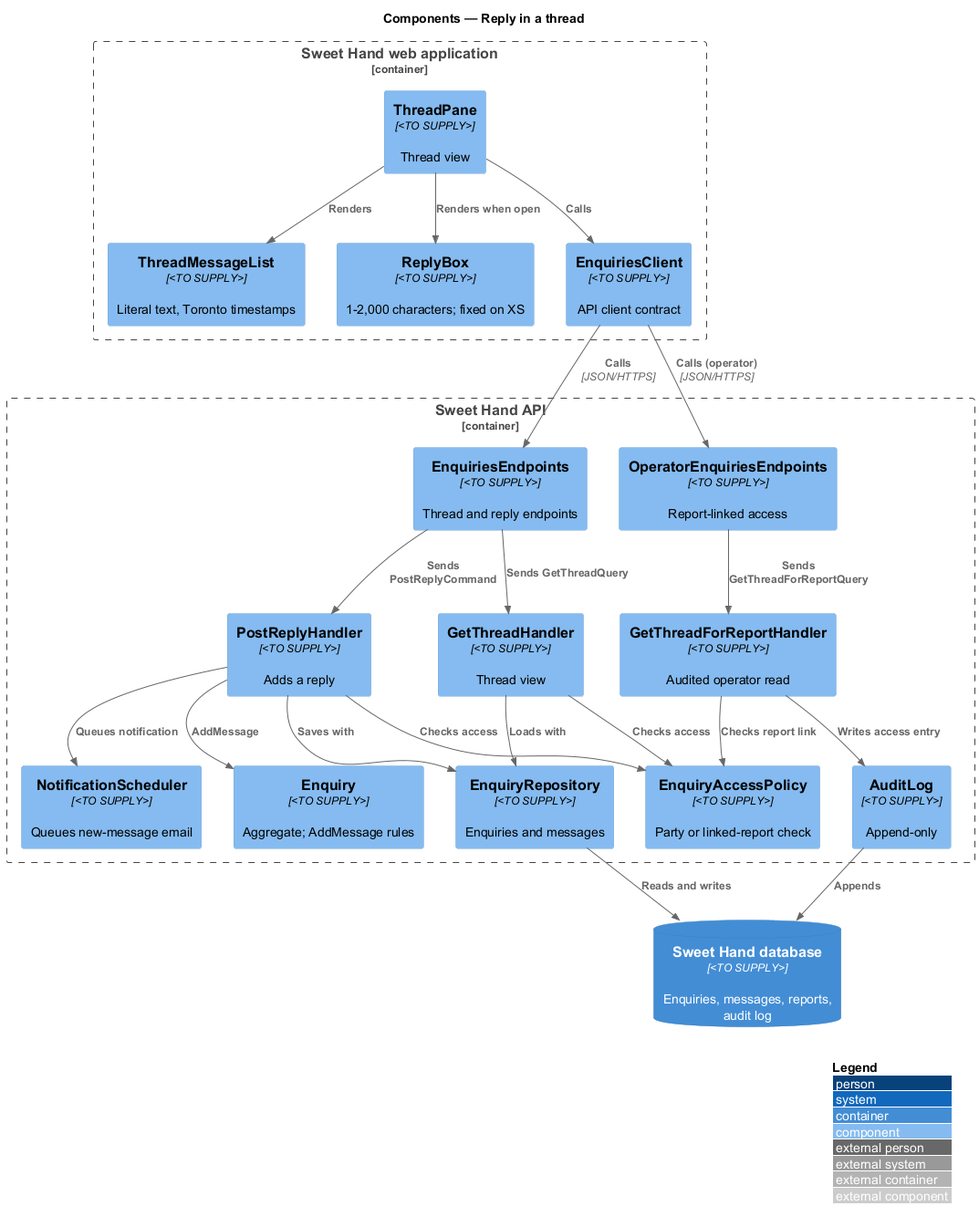
This is docs/detailed-designs/enquiries/reply-in-thread/diagrams/c4-component.png from QuinntyneBrown/sweet-hand, a PlantUML export, as it was before one commit.
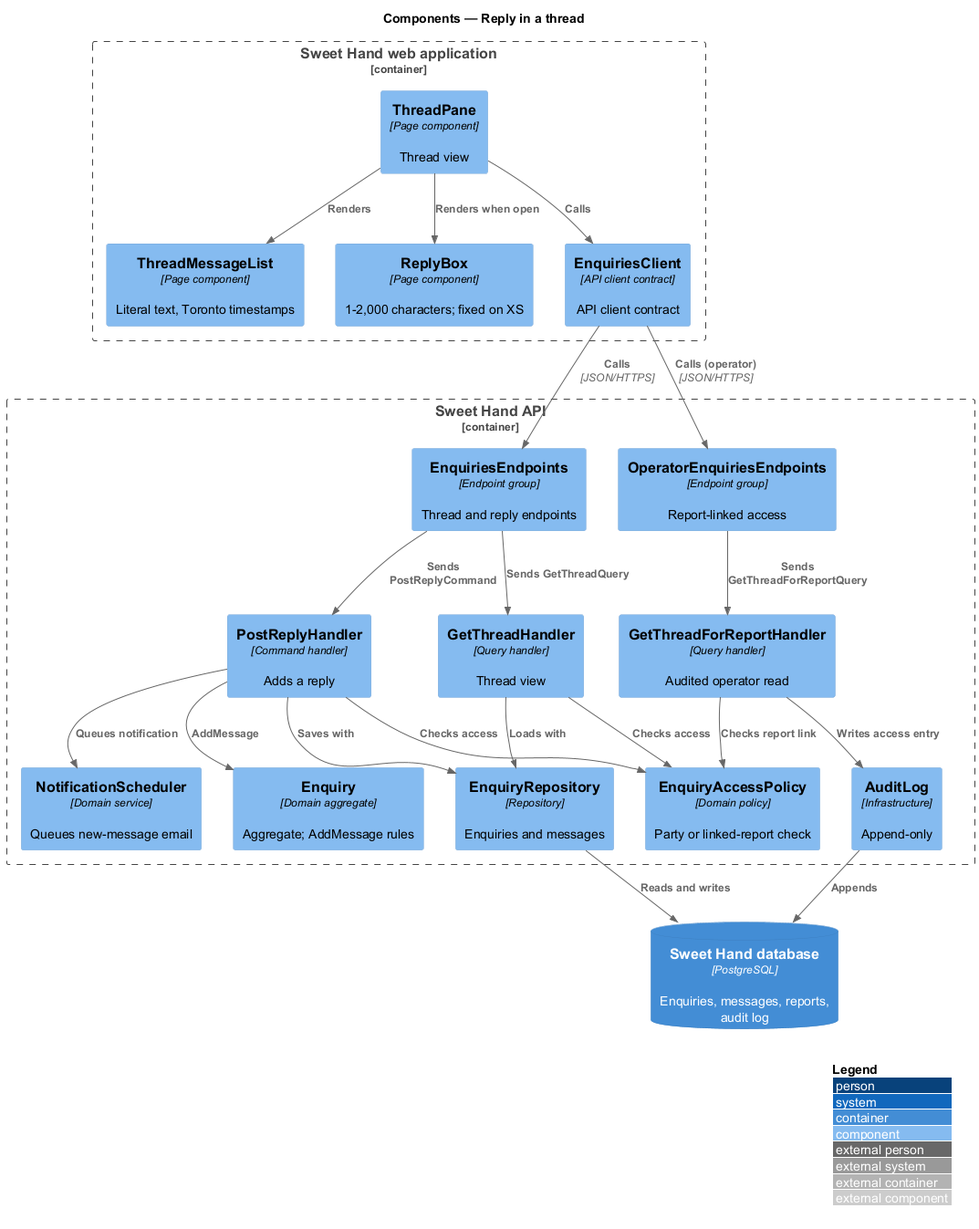
Later version of the same file.

What changed in the source:
```diff
@@ -4,24 +4,24 @@
 title Components — Reply in a thread
 
 Container_Boundary(web, "Sweet Hand web application") {
-  Component(pane, "ThreadPane", "<TO SUPPLY>", "Thread view")
-  Component(list, "ThreadMessageList", "<TO SUPPLY>", "Literal text, Toronto timestamps")
-  Component(reply, "ReplyBox", "<TO SUPPLY>", "1-2,000 characters; fixed on XS")
-  Component(client, "EnquiriesClient", "<TO SUPPLY>", "API client contract")
+  Component(pane, "ThreadPane", "Page component", "Thread view")
+  Component(list, "ThreadMessageList", "Page component", "Literal text, Toronto timestamps")
+  Component(reply, "ReplyBox", "Page component", "1-2,000 characters; fixed on XS")
+  Component(client, "EnquiriesClient", "API client contract", "API client contract")
 }
 Container_Boundary(api, "Sweet Hand API") {
-  Component(ep, "EnquiriesEndpoints", "<TO SUPPLY>", "Thread and reply endpoints")
-  Component(opep, "OperatorEnquiriesEndpoints", "<TO SUPPLY>", "Report-linked access")
-  Component(policy, "EnquiryAccessPolicy", "<TO SUPPLY>", "Party or linked-report check")
-  Component(get, "GetThreadHandler", "<TO SUPPLY>", "Thread view")
-  Component(post, "PostReplyHandler", "<TO SUPPLY>", "Adds a reply")
-  Component(opget, "GetThreadForReportHandler", "<TO SUPPLY>", "Audited operator read")
-  Component(agg, "Enquiry", "<TO SUPPLY>", "Aggregate; AddMessage rules")
-  Component(sched, "NotificationScheduler", "<TO SUPPLY>", "Queues new-message email")
-  Component(audit, "AuditLog", "<TO SUPPLY>", "Append-only")
-  Component(repo, "EnquiryRepository", "<TO SUPPLY>", "Enquiries and messages")
+  Component(ep, "EnquiriesEndpoints", "Endpoint group", "Thread and reply endpoints")
+  Component(opep, "OperatorEnquiriesEndpoints", "Endpoint group", "Report-linked access")
+  Component(policy, "EnquiryAccessPolicy", "Domain policy", "Party or linked-report check")
+  Component(get, "GetThreadHandler", "Query handler", "Thread view")
+  Component(post, "PostReplyHandler", "Command handler", "Adds a reply")
+  Component(opget, "GetThreadForReportHandler", "Query handler", "Audited operator read")
+  Component(agg, "Enquiry", "Domain aggregate", "Aggregate; AddMessage rules")
+  Component(sched, "NotificationScheduler", "Domain service", "Queues new-message email")
+  Component(audit, "AuditLog", "Infrastructure", "Append-only")
+  Component(repo, "EnquiryRepository", "Repository", "Enquiries and messages")
 }
-ContainerDb(db, "Sweet Hand database", "<TO SUPPLY>", "Enquiries, messages, reports, audit log")
+ContainerDb(db, "Sweet Hand database", "PostgreSQL", "Enquiries, messages, reports, audit log")
 
 Rel(pane, list, "Renders")
 Rel(pane, reply, "Renders when open")
```
